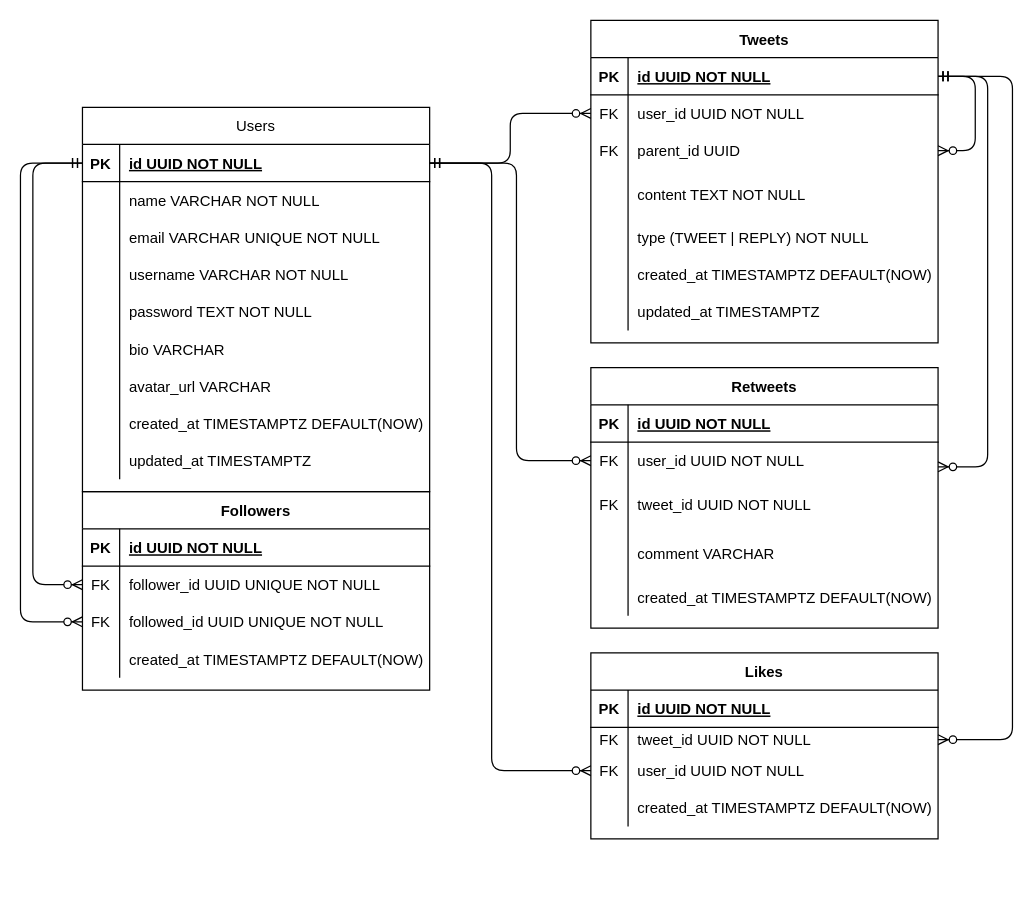
JoannaBraccini/GrowTwitter-apiREST keeps this draw.io diagram as src/docs/v2.0-Entities.drawio. Above is the earlier version. Source tidied: cells renumbered, new cells numbered last; positions are measured from the earlier drawing's top-left corner, leaving out a move shared by most shapes. Both pictures are drawn from the tidied source at 124%, with x=0, y=0 at pixel (20, 20).
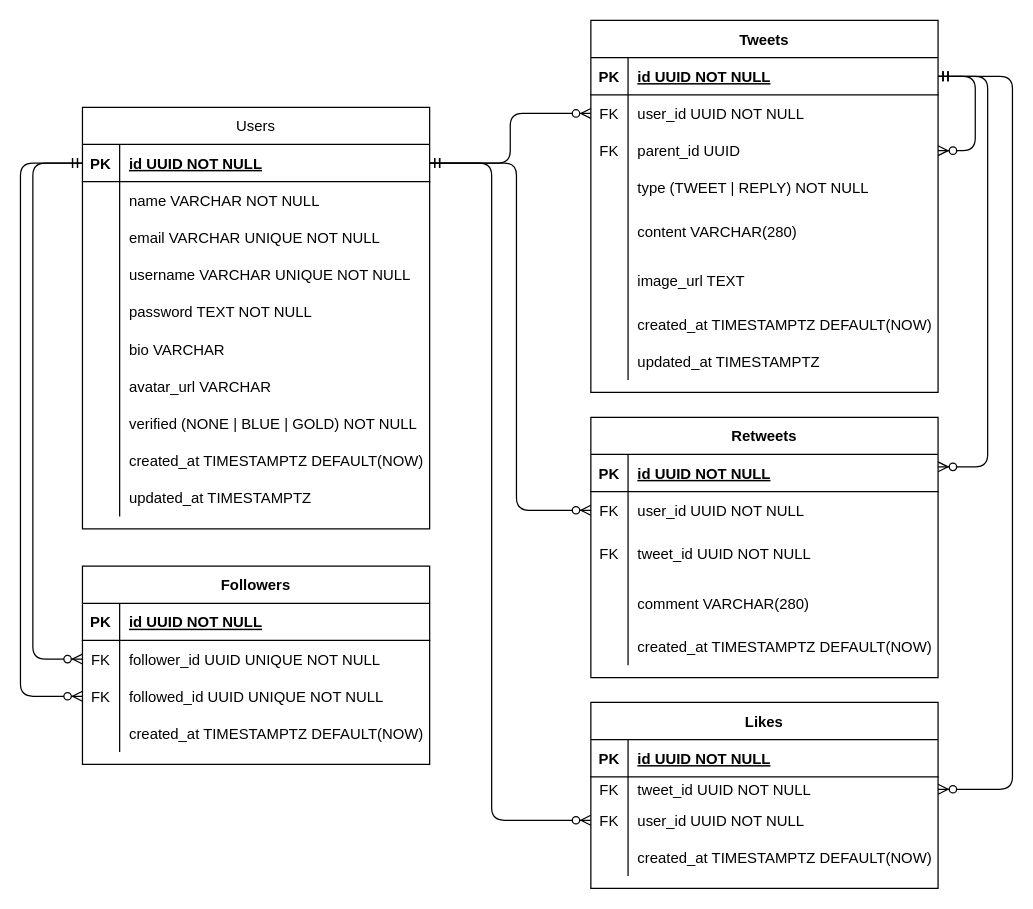
The same page after the edit.

Commit message:
Ajuste UML

The change refers to these unchanged cells:
```xml
<mxCell id="48" style="shape=partialRectangle;fillColor=none;top=0;left=0;right=0;bottom=0;" parent="38" vertex="1">
  <mxGeometry y="120" width="280" height="30" as="geometry" />
</mxCell>
<mxCell id="95" style="shape=partialRectangle;fillColor=none;top=0;left=0;right=0;bottom=0;" parent="85" vertex="1">
  <mxGeometry y="130" width="280" height="40" as="geometry" />
</mxCell>
```

The edit, as a diff of the source:
```diff
@@
     <mxCell id="2" value="Tweets" style="shape=table;startSize=30;childLayout=tableLayout;rowLines=0;fontStyle=1;align=center;" parent="1" vertex="1">
-      <mxGeometry x="460" width="280" height="260" as="geometry" />
+      <mxGeometry x="460" width="280" height="300" as="geometry" />
     </mxCell>
@@
+    <mxCell id="15" style="shape=partialRectangle;fillColor=none;top=0;left=0;right=0;bottom=0;" parent="2" vertex="1">
+      <mxGeometry y="120" width="280" height="30" as="geometry" />
+    </mxCell>
+    <mxCell id="16" style="shape=partialRectangle;overflow=hidden;fillColor=none;top=0;left=0;bottom=0;right=0;" parent="15" vertex="1">
+      <mxGeometry width="30" height="30" as="geometry" />
+    </mxCell>
+    <mxCell id="17" value="type (TWEET | REPLY) NOT NULL" style="shape=partialRectangle;overflow=hidden;fillColor=none;top=0;left=0;bottom=0;right=0;align=left;spacingLeft=6;" parent="15" vertex="1">
+      <mxGeometry x="30" width="250" height="30" as="geometry" />
+    </mxCell>
     <mxCell id="12" style="shape=partialRectangle;fillColor=none;top=0;left=0;right=0;bottom=0;" parent="2" vertex="1">
-      <mxGeometry y="120" width="280" height="40" as="geometry" />
+      <mxGeometry y="150" width="280" height="40" as="geometry" />
     </mxCell>
@@
-    <mxCell id="14" value="content TEXT NOT NULL" style="shape=partialRectangle;overflow=hidden;fillColor=none;top=0;left=0;bottom=0;right=0;align=left;spacingLeft=6;" parent="12" vertex="1">
+    <mxCell id="14" value="content VARCHAR(280)" style="shape=partialRectangle;overflow=hidden;fillColor=none;top=0;left=0;bottom=0;right=0;align=left;spacingLeft=6;" parent="12" vertex="1">
       <mxGeometry x="30" width="250" height="40" as="geometry" />
     </mxCell>
-    <mxCell id="15" style="shape=partialRectangle;fillColor=none;top=0;left=0;right=0;bottom=0;" parent="2" vertex="1">
-      <mxGeometry y="160" width="280" height="30" as="geometry" />
-    </mxCell>
-    <mxCell id="16" style="shape=partialRectangle;overflow=hidden;fillColor=none;top=0;left=0;bottom=0;right=0;" parent="15" vertex="1">
-      <mxGeometry width="30" height="30" as="geometry" />
-    </mxCell>
-    <mxCell id="17" value="type (TWEET | REPLY) NOT NULL" style="shape=partialRectangle;overflow=hidden;fillColor=none;top=0;left=0;bottom=0;right=0;align=left;spacingLeft=6;" parent="15" vertex="1">
-      <mxGeometry x="30" width="250" height="30" as="geometry" />
-    </mxCell>
+    <mxCell id="102" style="shape=partialRectangle;fillColor=none;top=0;left=0;right=0;bottom=0;" parent="2" vertex="1">
+      <mxGeometry y="190" width="280" height="40" as="geometry" />
+    </mxCell>
+    <mxCell id="103" style="shape=partialRectangle;overflow=hidden;fillColor=none;top=0;left=0;bottom=0;right=0;" parent="102" vertex="1">
+      <mxGeometry width="30" height="40" as="geometry" />
+    </mxCell>
+    <mxCell id="104" value="image_url TEXT" style="shape=partialRectangle;overflow=hidden;fillColor=none;top=0;left=0;bottom=0;right=0;align=left;spacingLeft=6;" parent="102" vertex="1">
+      <mxGeometry x="30" width="250" height="40" as="geometry" />
+    </mxCell>
     <mxCell id="18" style="shape=partialRectangle;fillColor=none;top=0;left=0;right=0;bottom=0;" parent="2" vertex="1">
-      <mxGeometry y="190" width="280" height="30" as="geometry" />
+      <mxGeometry y="230" width="280" height="30" as="geometry" />
     </mxCell>
@@
     <mxCell id="21" style="shape=partialRectangle;fillColor=none;top=0;left=0;right=0;bottom=0;" parent="2" vertex="1">
-      <mxGeometry y="220" width="280" height="30" as="geometry" />
+      <mxGeometry y="260" width="280" height="30" as="geometry" />
     </mxCell>
@@
     <mxCell id="25" value="Followers" style="shape=table;startSize=30;childLayout=tableLayout;rowLines=0;fontStyle=1;align=center;" parent="1" vertex="1">
-      <mxGeometry x="50" y="380" width="280" height="160" as="geometry" />
+      <mxGeometry x="50" y="440" width="280" height="160" as="geometry" />
     </mxCell>
@@
     <mxCell id="38" value="Users" style="shape=table;startSize=30;childLayout=tableLayout;rowLines=0;fontStyle=0;align=center;" parent="1" vertex="1">
-      <mxGeometry x="50" y="70" width="280" height="310" as="geometry" />
+      <mxGeometry x="50" y="70" width="280" height="340" as="geometry" />
     </mxCell>
@@
-    <mxCell id="50" value="username VARCHAR NOT NULL" style="shape=partialRectangle;overflow=hidden;fillColor=none;top=0;left=0;bottom=0;right=0;align=left;spacingLeft=6;" parent="48" vertex="1">
+    <mxCell id="50" value="username VARCHAR UNIQUE NOT NULL" style="shape=partialRectangle;overflow=hidden;fillColor=none;top=0;left=0;bottom=0;right=0;align=left;spacingLeft=6;" parent="48" vertex="1">
       <mxGeometry x="30" width="250" height="30" as="geometry" />
     </mxCell>
@@
+    <mxCell id="105" style="shape=partialRectangle;fillColor=none;top=0;left=0;right=0;bottom=0;" parent="38" vertex="1">
+      <mxGeometry y="240" width="280" height="30" as="geometry" />
+    </mxCell>
+    <mxCell id="106" style="shape=partialRectangle;overflow=hidden;fillColor=none;top=0;left=0;bottom=0;right=0;" parent="105" vertex="1">
+      <mxGeometry width="30" height="30" as="geometry" />
+    </mxCell>
+    <mxCell id="107" value="verified (NONE | BLUE | GOLD) NOT NULL" style="shape=partialRectangle;overflow=hidden;fillColor=none;top=0;left=0;bottom=0;right=0;align=left;spacingLeft=6;" parent="105" vertex="1">
+      <mxGeometry x="30" width="250" height="30" as="geometry" />
+    </mxCell>
     <mxCell id="60" style="shape=partialRectangle;fillColor=none;top=0;left=0;right=0;bottom=0;" parent="38" vertex="1">
-      <mxGeometry y="240" width="280" height="30" as="geometry" />
+      <mxGeometry y="270" width="280" height="30" as="geometry" />
     </mxCell>
@@
     <mxCell id="63" style="shape=partialRectangle;fillColor=none;top=0;left=0;right=0;bottom=0;" parent="38" vertex="1">
-      <mxGeometry y="270" width="280" height="30" as="geometry" />
+      <mxGeometry y="300" width="280" height="30" as="geometry" />
     </mxCell>
@@
     <mxCell id="66" value="Likes" style="shape=table;startSize=30;childLayout=tableLayout;rowLines=0;fontStyle=1;align=center;" parent="1" vertex="1">
-      <mxGeometry x="460" y="510" width="280" height="150" as="geometry" />
+      <mxGeometry x="460" y="550" width="280" height="150" as="geometry" />
     </mxCell>
@@
     <mxCell id="85" value="Retweets" style="shape=table;startSize=30;childLayout=tableLayout;rowLines=0;fontStyle=1;align=center;" parent="1" vertex="1">
-      <mxGeometry x="460" y="280" width="280" height="210" as="geometry" />
+      <mxGeometry x="460" y="320" width="280" height="210" as="geometry" />
     </mxCell>
@@
-    <mxCell id="97" value="comment VARCHAR" style="shape=partialRectangle;overflow=hidden;fillColor=none;top=0;left=0;bottom=0;right=0;align=left;spacingLeft=6;" parent="95" vertex="1">
+    <mxCell id="97" value="comment VARCHAR(280)" style="shape=partialRectangle;overflow=hidden;fillColor=none;top=0;left=0;bottom=0;right=0;align=left;spacingLeft=6;" parent="95" vertex="1">
       <mxGeometry x="30" width="250" height="40" as="geometry" />
     </mxCell>
```
